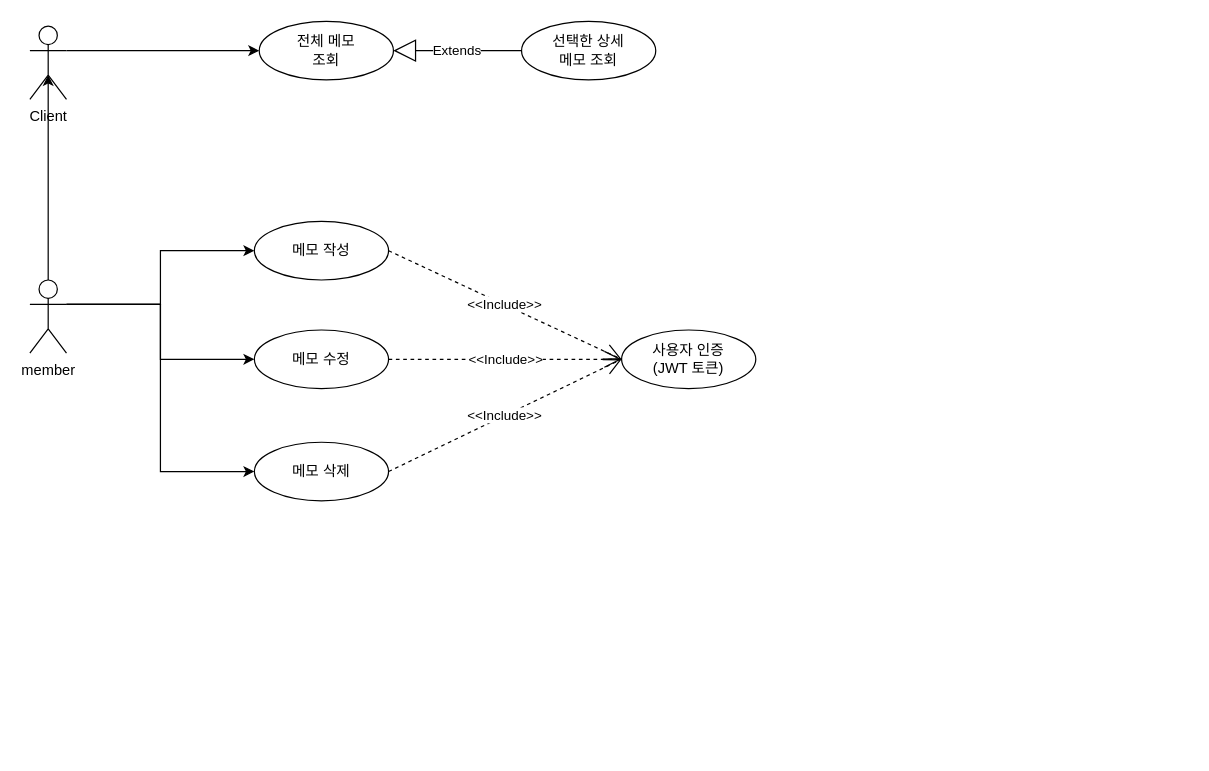
The draw.io diagram spring-memo-usecase.drawio in ImJcm/Spring-Memo, before the edit. Source tidied: cells renumbered, new cells numbered last; positions are measured from the earlier drawing's top-left corner, leaving out a move shared by most shapes. Both pictures are drawn from the tidied source at 122%, with x=0, y=0 at pixel (29, 21).
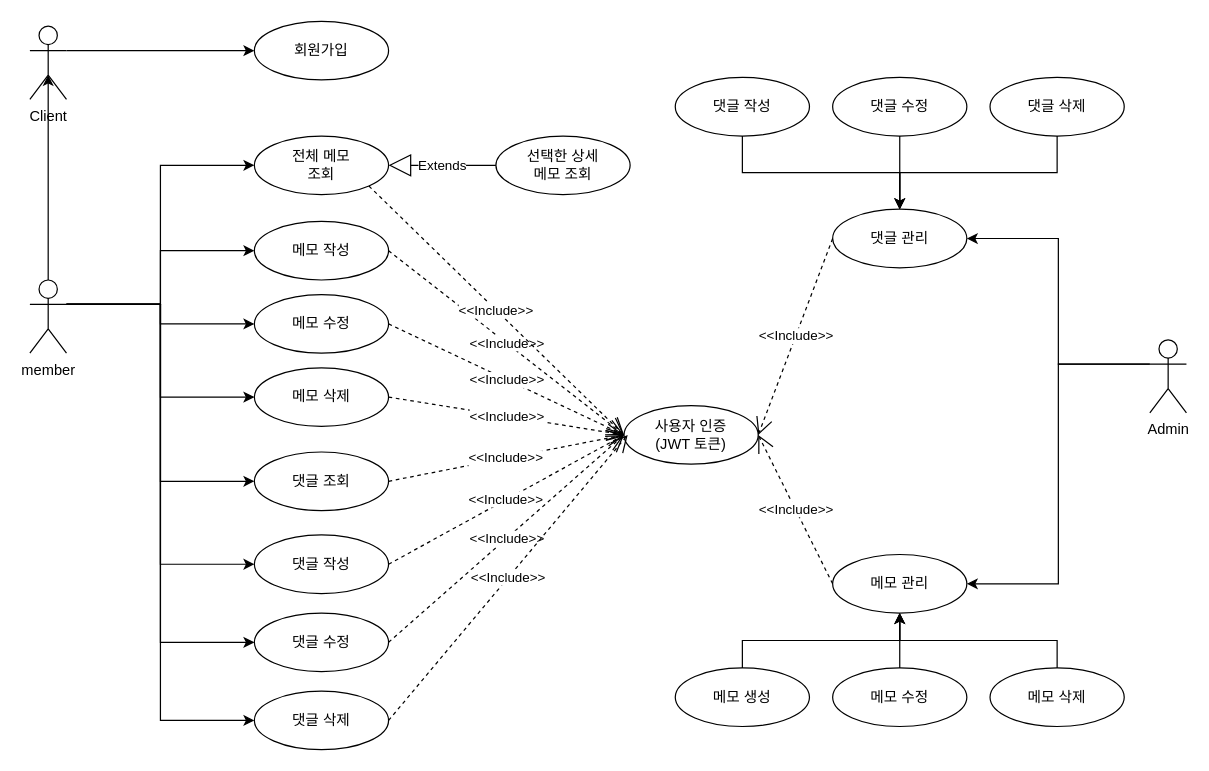
After the change.

The change refers to these unchanged cells:
```xml
<mxCell id="6" value="Client" style="shape=umlActor;verticalLabelPosition=bottom;verticalAlign=top;html=1;" parent="1" vertex="1">
  <mxGeometry y="4" width="30" height="60" as="geometry" />
</mxCell>
<mxCell id="18" value="member" style="shape=umlActor;verticalLabelPosition=bottom;verticalAlign=top;html=1;" parent="1" vertex="1">
  <mxGeometry y="212" width="30" height="60" as="geometry" />
</mxCell>
```

Diff of the diagram source:
```diff
@@
-    <mxCell id="5" style="edgeStyle=orthogonalEdgeStyle;rounded=0;jettySize=auto;html=1;exitX=1;exitY=0.3333333333333333;exitDx=0;exitDy=0;exitPerimeter=0;entryX=0;entryY=0.5;entryDx=0;entryDy=0;" parent="1" edge="1" source="6" target="13">
-      <mxGeometry relative="1" as="geometry" />
-    </mxCell>
+    <mxCell id="19" style="edgeStyle=orthogonalEdgeStyle;rounded=0;jettySize=auto;html=1;exitX=1;exitY=0.3333333333333333;exitDx=0;exitDy=0;exitPerimeter=0;entryX=0;entryY=0.5;entryDx=0;entryDy=0;" parent="1" edge="1" source="6" target="26">
+      <mxGeometry relative="1" as="geometry" />
+    </mxCell>
@@
     <mxCell id="8" value="메모 수정" style="ellipse;whiteSpace=wrap;html=1;" parent="1" vertex="1">
-      <mxGeometry x="184" y="253" width="110" height="48" as="geometry" />
+      <mxGeometry x="184" y="224" width="110" height="48" as="geometry" />
     </mxCell>
     <mxCell id="9" value="메모 삭제" style="ellipse;whiteSpace=wrap;html=1;" parent="1" vertex="1">
-      <mxGeometry x="184" y="345" width="110" height="48" as="geometry" />
+      <mxGeometry x="184" y="284" width="110" height="48" as="geometry" />
     </mxCell>
@@
     <mxCell id="12" value="선택한 상세 &lt;br&gt;메모 조회" style="ellipse;whiteSpace=wrap;html=1;" parent="1" vertex="1">
-      <mxGeometry x="403" width="110" height="48" as="geometry" />
+      <mxGeometry x="382" y="94" width="110" height="48" as="geometry" />
     </mxCell>
     <mxCell id="13" value="전체 메모 &lt;br&gt;조회" style="ellipse;whiteSpace=wrap;html=1;" parent="1" vertex="1">
-      <mxGeometry x="188" width="110" height="48" as="geometry" />
+      <mxGeometry x="184" y="94" width="110" height="48" as="geometry" />
     </mxCell>
@@
     <mxCell id="15" value="사용자 인증&lt;br&gt;(JWT 토큰)" style="ellipse;whiteSpace=wrap;html=1;" parent="1" vertex="1">
-      <mxGeometry x="485" y="253" width="110" height="48" as="geometry" />
+      <mxGeometry x="487" y="315" width="110" height="48" as="geometry" />
     </mxCell>
@@
+    <mxCell id="20" style="edgeStyle=orthogonalEdgeStyle;rounded=0;jettySize=auto;html=1;exitX=1;exitY=0.3333333333333333;exitDx=0;exitDy=0;exitPerimeter=0;entryX=0;entryY=0.5;entryDx=0;entryDy=0;" parent="1" edge="1" source="18" target="13">
+      <mxGeometry relative="1" as="geometry" />
+    </mxCell>
+    <mxCell id="21" style="edgeStyle=orthogonalEdgeStyle;rounded=0;jettySize=auto;html=1;exitX=1;exitY=0.3333333333333333;exitDx=0;exitDy=0;exitPerimeter=0;entryX=0;entryY=0.5;entryDx=0;entryDy=0;" parent="1" edge="1" source="18" target="27">
+      <mxGeometry relative="1" as="geometry" />
+    </mxCell>
+    <mxCell id="22" style="edgeStyle=orthogonalEdgeStyle;rounded=0;jettySize=auto;html=1;exitX=1;exitY=0.3333333333333333;exitDx=0;exitDy=0;exitPerimeter=0;entryX=0;entryY=0.5;entryDx=0;entryDy=0;" parent="1" edge="1" source="18" target="28">
+      <mxGeometry relative="1" as="geometry" />
+    </mxCell>
+    <mxCell id="23" style="edgeStyle=orthogonalEdgeStyle;rounded=0;jettySize=auto;html=1;exitX=1;exitY=0.3333333333333333;exitDx=0;exitDy=0;exitPerimeter=0;entryX=0;entryY=0.5;entryDx=0;entryDy=0;" parent="1" edge="1" source="18" target="29">
+      <mxGeometry relative="1" as="geometry" />
+    </mxCell>
+    <mxCell id="24" style="edgeStyle=orthogonalEdgeStyle;rounded=0;jettySize=auto;html=1;exitX=1;exitY=0.3333333333333333;exitDx=0;exitDy=0;exitPerimeter=0;entryX=0;entryY=0.5;entryDx=0;entryDy=0;" parent="1" edge="1" source="18" target="33">
+      <mxGeometry relative="1" as="geometry" />
+    </mxCell>
@@
+    <mxCell id="25" value="&amp;lt;&amp;lt;Include&amp;gt;&amp;gt;" style="endArrow=open;endSize=12;dashed=1;html=1;rounded=0;exitX=1;exitY=1;exitDx=0;exitDy=0;entryX=0;entryY=0.5;entryDx=0;entryDy=0;" parent="1" edge="1" source="13" target="15">
+      <mxGeometry relative="1" as="geometry" />
+    </mxCell>
+    <mxCell id="26" value="회원가입" style="ellipse;whiteSpace=wrap;html=1;" parent="1" vertex="1">
+      <mxGeometry x="184" width="110" height="48" as="geometry" />
+    </mxCell>
+    <mxCell id="27" value="댓글 작성" style="ellipse;whiteSpace=wrap;html=1;" parent="1" vertex="1">
+      <mxGeometry x="184" y="421" width="110" height="48" as="geometry" />
+    </mxCell>
+    <mxCell id="28" value="댓글 수정" style="ellipse;whiteSpace=wrap;html=1;" parent="1" vertex="1">
+      <mxGeometry x="184" y="485" width="110" height="48" as="geometry" />
+    </mxCell>
+    <mxCell id="29" value="댓글 삭제" style="ellipse;whiteSpace=wrap;html=1;" parent="1" vertex="1">
+      <mxGeometry x="184" y="549" width="110" height="48" as="geometry" />
+    </mxCell>
+    <mxCell id="30" value="&amp;lt;&amp;lt;Include&amp;gt;&amp;gt;" style="endArrow=open;endSize=12;dashed=1;html=1;rounded=0;exitX=1;exitY=0.5;exitDx=0;exitDy=0;entryX=0;entryY=0.5;entryDx=0;entryDy=0;" parent="1" edge="1" source="27" target="15">
+      <mxGeometry relative="1" as="geometry" />
+    </mxCell>
+    <mxCell id="31" value="&amp;lt;&amp;lt;Include&amp;gt;&amp;gt;" style="endArrow=open;endSize=12;dashed=1;html=1;rounded=0;exitX=1;exitY=0.5;exitDx=0;exitDy=0;entryX=0;entryY=0.5;entryDx=0;entryDy=0;" parent="1" edge="1" source="28" target="15">
+      <mxGeometry relative="1" as="geometry" />
+    </mxCell>
+    <mxCell id="32" value="&amp;lt;&amp;lt;Include&amp;gt;&amp;gt;" style="endArrow=open;endSize=12;dashed=1;html=1;rounded=0;exitX=1;exitY=0.5;exitDx=0;exitDy=0;" parent="1" edge="1" source="29">
+      <mxGeometry relative="1" as="geometry">
+        <mxPoint x="490" y="339" as="targetPoint" />
+      </mxGeometry>
+    </mxCell>
+    <mxCell id="33" value="댓글 조회" style="ellipse;whiteSpace=wrap;html=1;" parent="1" vertex="1">
+      <mxGeometry x="184" y="353" width="110" height="48" as="geometry" />
+    </mxCell>
+    <mxCell id="34" value="&amp;lt;&amp;lt;Include&amp;gt;&amp;gt;" style="endArrow=open;endSize=12;dashed=1;html=1;rounded=0;exitX=1;exitY=0.5;exitDx=0;exitDy=0;entryX=0;entryY=0.5;entryDx=0;entryDy=0;" parent="1" edge="1" source="33" target="15">
+      <mxGeometry relative="1" as="geometry" />
+    </mxCell>
+    <mxCell id="35" style="edgeStyle=orthogonalEdgeStyle;rounded=0;jettySize=auto;html=1;exitX=0;exitY=0.3333333333333333;exitDx=0;exitDy=0;exitPerimeter=0;entryX=1;entryY=0.5;entryDx=0;entryDy=0;" parent="1" edge="1" source="37" target="39">
+      <mxGeometry relative="1" as="geometry" />
+    </mxCell>
+    <mxCell id="36" style="edgeStyle=orthogonalEdgeStyle;rounded=0;jettySize=auto;html=1;exitX=0;exitY=0.3333333333333333;exitDx=0;exitDy=0;exitPerimeter=0;entryX=1;entryY=0.5;entryDx=0;entryDy=0;" parent="1" edge="1" source="37" target="38">
+      <mxGeometry relative="1" as="geometry" />
+    </mxCell>
+    <mxCell id="37" value="Admin" style="shape=umlActor;verticalLabelPosition=bottom;verticalAlign=top;html=1;" parent="1" vertex="1">
+      <mxGeometry x="918" y="261" width="30" height="60" as="geometry" />
+    </mxCell>
+    <mxCell id="38" value="메모 관리" style="ellipse;whiteSpace=wrap;html=1;" parent="1" vertex="1">
+      <mxGeometry x="658" y="437" width="110" height="48" as="geometry" />
+    </mxCell>
+    <mxCell id="39" value="댓글 관리" style="ellipse;whiteSpace=wrap;html=1;" parent="1" vertex="1">
+      <mxGeometry x="658" y="154" width="110" height="48" as="geometry" />
+    </mxCell>
+    <mxCell id="40" style="edgeStyle=orthogonalEdgeStyle;rounded=0;jettySize=auto;html=1;exitX=0.5;exitY=1;exitDx=0;exitDy=0;entryX=0.5;entryY=0;entryDx=0;entryDy=0;" parent="1" edge="1" source="41" target="39">
+      <mxGeometry relative="1" as="geometry" />
+    </mxCell>
+    <mxCell id="41" value="댓글 작성" style="ellipse;whiteSpace=wrap;html=1;" parent="1" vertex="1">
+      <mxGeometry x="529" y="46" width="110" height="48" as="geometry" />
+    </mxCell>
+    <mxCell id="42" style="edgeStyle=orthogonalEdgeStyle;rounded=0;jettySize=auto;html=1;exitX=0.5;exitY=1;exitDx=0;exitDy=0;entryX=0.5;entryY=0;entryDx=0;entryDy=0;" parent="1" edge="1" source="43" target="39">
+      <mxGeometry relative="1" as="geometry" />
+    </mxCell>
+    <mxCell id="43" value="댓글 수정" style="ellipse;whiteSpace=wrap;html=1;" parent="1" vertex="1">
+      <mxGeometry x="658" y="46" width="110" height="48" as="geometry" />
+    </mxCell>
+    <mxCell id="44" style="edgeStyle=orthogonalEdgeStyle;rounded=0;jettySize=auto;html=1;exitX=0.5;exitY=1;exitDx=0;exitDy=0;entryX=0.5;entryY=0;entryDx=0;entryDy=0;" parent="1" edge="1" source="45" target="39">
+      <mxGeometry relative="1" as="geometry" />
+    </mxCell>
+    <mxCell id="45" value="댓글 삭제" style="ellipse;whiteSpace=wrap;html=1;" parent="1" vertex="1">
+      <mxGeometry x="787" y="46" width="110" height="48" as="geometry" />
+    </mxCell>
+    <mxCell id="46" value="&amp;lt;&amp;lt;Include&amp;gt;&amp;gt;" style="endArrow=open;endSize=12;dashed=1;html=1;rounded=0;exitX=0;exitY=0.5;exitDx=0;exitDy=0;entryX=1;entryY=0.5;entryDx=0;entryDy=0;" parent="1" edge="1" source="39" target="15">
+      <mxGeometry relative="1" as="geometry" />
+    </mxCell>
+    <mxCell id="47" value="&amp;lt;&amp;lt;Include&amp;gt;&amp;gt;" style="endArrow=open;endSize=12;dashed=1;html=1;rounded=0;exitX=0;exitY=0.5;exitDx=0;exitDy=0;entryX=1;entryY=0.5;entryDx=0;entryDy=0;" parent="1" edge="1" source="38" target="15">
+      <mxGeometry relative="1" as="geometry" />
+    </mxCell>
+    <mxCell id="48" style="edgeStyle=orthogonalEdgeStyle;rounded=0;jettySize=auto;html=1;exitX=0.5;exitY=0;exitDx=0;exitDy=0;entryX=0.5;entryY=1;entryDx=0;entryDy=0;" parent="1" edge="1" source="49" target="38">
+      <mxGeometry relative="1" as="geometry" />
+    </mxCell>
+    <mxCell id="49" value="메모 생성" style="ellipse;whiteSpace=wrap;html=1;" parent="1" vertex="1">
+      <mxGeometry x="529" y="530" width="110" height="48" as="geometry" />
+    </mxCell>
+    <mxCell id="50" style="edgeStyle=orthogonalEdgeStyle;rounded=0;jettySize=auto;html=1;exitX=0.5;exitY=0;exitDx=0;exitDy=0;entryX=0.5;entryY=1;entryDx=0;entryDy=0;" parent="1" edge="1" source="51" target="38">
+      <mxGeometry relative="1" as="geometry" />
+    </mxCell>
+    <mxCell id="51" value="메모 수정" style="ellipse;whiteSpace=wrap;html=1;" parent="1" vertex="1">
+      <mxGeometry x="658" y="530" width="110" height="48" as="geometry" />
+    </mxCell>
+    <mxCell id="52" style="edgeStyle=orthogonalEdgeStyle;rounded=0;jettySize=auto;html=1;exitX=0.5;exitY=0;exitDx=0;exitDy=0;entryX=0.5;entryY=1;entryDx=0;entryDy=0;" parent="1" edge="1" source="53" target="38">
+      <mxGeometry relative="1" as="geometry" />
+    </mxCell>
+    <mxCell id="53" value="메모 삭제" style="ellipse;whiteSpace=wrap;html=1;" parent="1" vertex="1">
+      <mxGeometry x="787" y="530" width="110" height="48" as="geometry" />
+    </mxCell>
```
